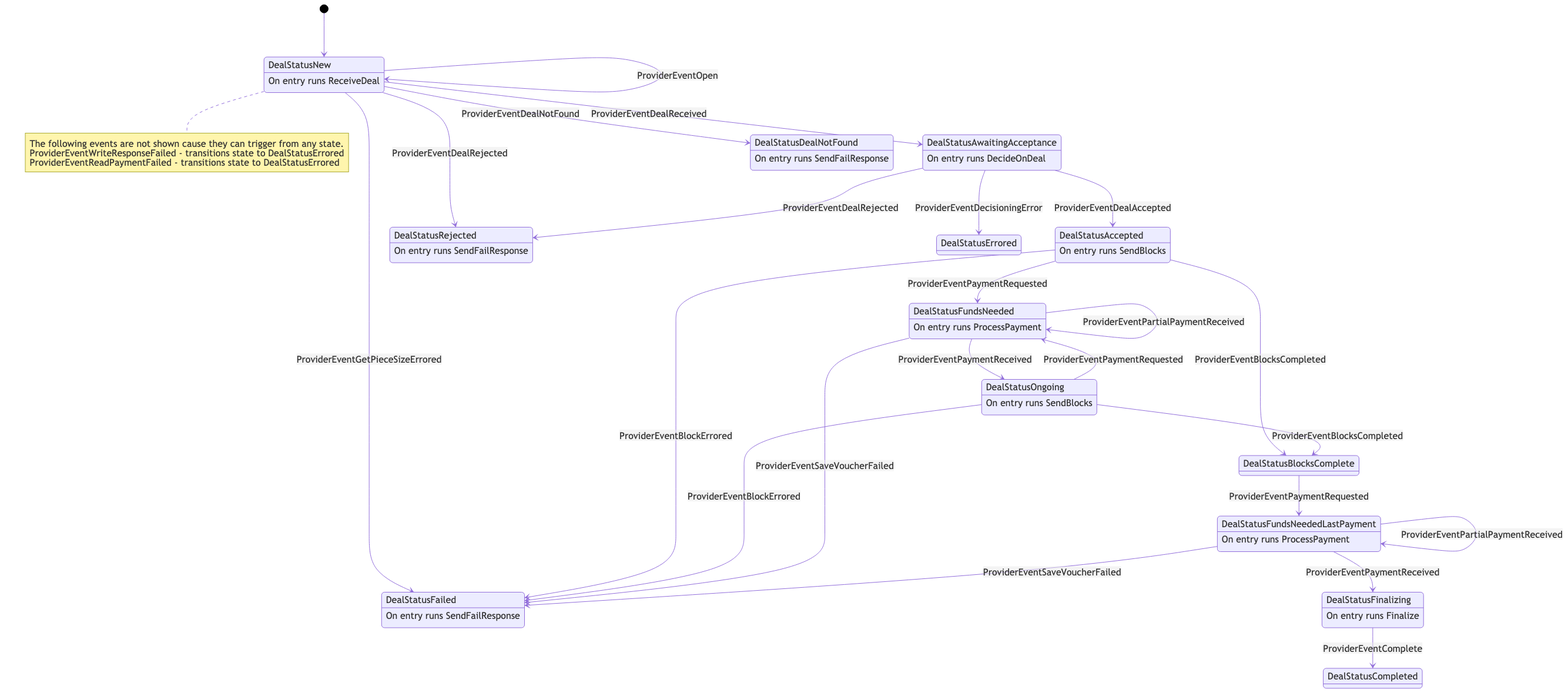
The Mermaid diagram docs/retrievalprovider.mmd.png in filecoin-project/go-fil-markets, before a commit. Its source is kept beside it as docs/retrievalprovider.mmd. The source it was exported from:
```mermaid
stateDiagram-v2
	state "DealStatusNew" as 0
	state "DealStatusAwaitingAcceptance" as 5
	state "DealStatusAccepted" as 6
	state "DealStatusFailed" as 7
	state "DealStatusRejected" as 8
	state "DealStatusFundsNeeded" as 9
	state "DealStatusOngoing" as 10
	state "DealStatusFundsNeededLastPayment" as 11
	state "DealStatusCompleted" as 12
	state "DealStatusDealNotFound" as 13
	state "DealStatusErrored" as 15
	state "DealStatusBlocksComplete" as 16
	state "DealStatusFinalizing" as 17
	0 : On entry runs ReceiveDeal
	5 : On entry runs DecideOnDeal
	6 : On entry runs SendBlocks
	7 : On entry runs SendFailResponse
	8 : On entry runs SendFailResponse
	9 : On entry runs ProcessPayment
	10 : On entry runs SendBlocks
	11 : On entry runs ProcessPayment
	13 : On entry runs SendFailResponse
	17 : On entry runs Finalize
	[*] --> 0
	note right of 0
		The following events are not shown cause they can trigger from any state.

		ProviderEventWriteResponseFailed - transitions state to DealStatusErrored
		ProviderEventReadPaymentFailed - transitions state to DealStatusErrored
	end note
	0 --> 0 : ProviderEventOpen
	0 --> 5 : ProviderEventDealReceived
	5 --> 15 : ProviderEventDecisioningError
	0 --> 7 : ProviderEventGetPieceSizeErrored
	0 --> 13 : ProviderEventDealNotFound
	0 --> 8 : ProviderEventDealRejected
	5 --> 8 : ProviderEventDealRejected
	5 --> 6 : ProviderEventDealAccepted
	6 --> 7 : ProviderEventBlockErrored
	10 --> 7 : ProviderEventBlockErrored
	6 --> 16 : ProviderEventBlocksCompleted
	10 --> 16 : ProviderEventBlocksCompleted
	6 --> 9 : ProviderEventPaymentRequested
	10 --> 9 : ProviderEventPaymentRequested
	16 --> 11 : ProviderEventPaymentRequested
	9 --> 7 : ProviderEventSaveVoucherFailed
	11 --> 7 : ProviderEventSaveVoucherFailed
	9 --> 9 : ProviderEventPartialPaymentReceived
	11 --> 11 : ProviderEventPartialPaymentReceived
	9 --> 10 : ProviderEventPaymentReceived
	11 --> 17 : ProviderEventPaymentReceived
	17 --> 12 : ProviderEventComplete
```
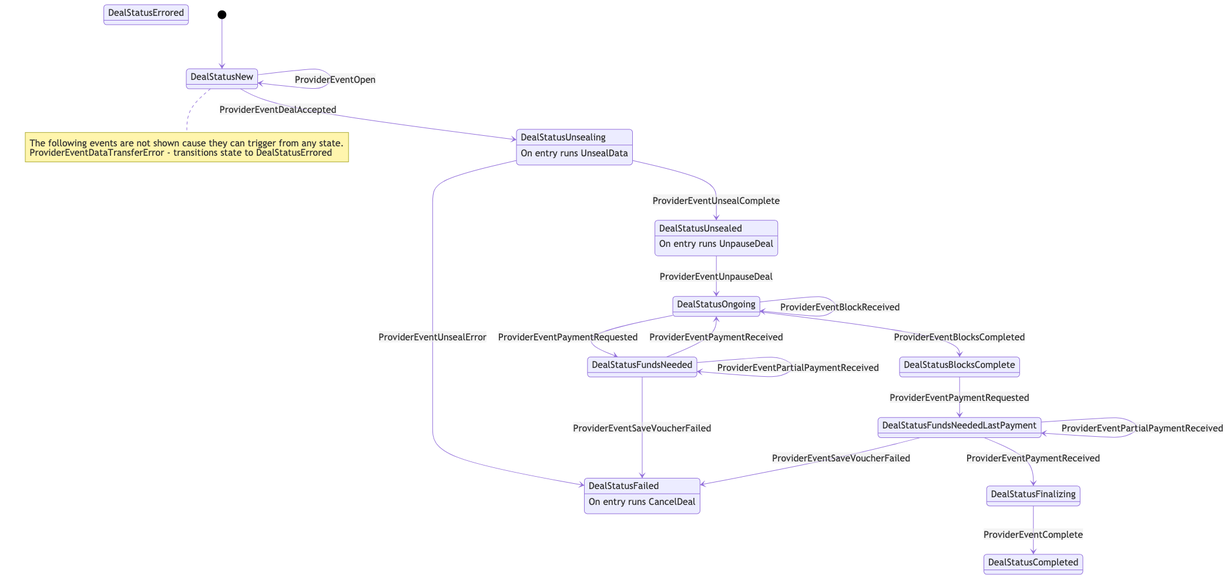
The same diagram one commit later.

The edit, as a diff of the source:
```diff
@@ -1,53 +1,37 @@
 stateDiagram-v2
 	state "DealStatusNew" as 0
-	state "DealStatusAwaitingAcceptance" as 5
-	state "DealStatusAccepted" as 6
-	state "DealStatusFailed" as 7
-	state "DealStatusRejected" as 8
-	state "DealStatusFundsNeeded" as 9
-	state "DealStatusOngoing" as 10
-	state "DealStatusFundsNeededLastPayment" as 11
-	state "DealStatusCompleted" as 12
-	state "DealStatusDealNotFound" as 13
-	state "DealStatusErrored" as 15
-	state "DealStatusBlocksComplete" as 16
-	state "DealStatusFinalizing" as 17
-	0 : On entry runs ReceiveDeal
-	5 : On entry runs DecideOnDeal
-	6 : On entry runs SendBlocks
-	7 : On entry runs SendFailResponse
-	8 : On entry runs SendFailResponse
-	9 : On entry runs ProcessPayment
-	10 : On entry runs SendBlocks
-	11 : On entry runs ProcessPayment
-	13 : On entry runs SendFailResponse
-	17 : On entry runs Finalize
+	state "DealStatusUnsealing" as 1
+	state "DealStatusUnsealed" as 2
+	state "DealStatusFailed" as 9
+	state "DealStatusFundsNeeded" as 11
+	state "DealStatusOngoing" as 14
+	state "DealStatusFundsNeededLastPayment" as 15
+	state "DealStatusCompleted" as 16
+	state "DealStatusErrored" as 19
+	state "DealStatusBlocksComplete" as 20
+	state "DealStatusFinalizing" as 21
+	1 : On entry runs UnsealData
+	2 : On entry runs UnpauseDeal
+	9 : On entry runs CancelDeal
 	[*] --> 0
 	note right of 0
 		The following events are not shown cause they can trigger from any state.
 
-		ProviderEventWriteResponseFailed - transitions state to DealStatusErrored
-		ProviderEventReadPaymentFailed - transitions state to DealStatusErrored
+		ProviderEventDataTransferError - transitions state to DealStatusErrored
 	end note
 	0 --> 0 : ProviderEventOpen
-	0 --> 5 : ProviderEventDealReceived
-	5 --> 15 : ProviderEventDecisioningError
-	0 --> 7 : ProviderEventGetPieceSizeErrored
-	0 --> 13 : ProviderEventDealNotFound
-	0 --> 8 : ProviderEventDealRejected
-	5 --> 8 : ProviderEventDealRejected
-	5 --> 6 : ProviderEventDealAccepted
-	6 --> 7 : ProviderEventBlockErrored
-	10 --> 7 : ProviderEventBlockErrored
-	6 --> 16 : ProviderEventBlocksCompleted
-	10 --> 16 : ProviderEventBlocksCompleted
-	6 --> 9 : ProviderEventPaymentRequested
-	10 --> 9 : ProviderEventPaymentRequested
-	16 --> 11 : ProviderEventPaymentRequested
-	9 --> 7 : ProviderEventSaveVoucherFailed
-	11 --> 7 : ProviderEventSaveVoucherFailed
-	9 --> 9 : ProviderEventPartialPaymentReceived
+	0 --> 1 : ProviderEventDealAccepted
+	1 --> 9 : ProviderEventUnsealError
+	1 --> 2 : ProviderEventUnsealComplete
+	2 --> 14 : ProviderEventUnpauseDeal
+	14 --> 14 : ProviderEventBlockReceived
+	14 --> 20 : ProviderEventBlocksCompleted
+	14 --> 11 : ProviderEventPaymentRequested
+	20 --> 15 : ProviderEventPaymentRequested
+	11 --> 9 : ProviderEventSaveVoucherFailed
+	15 --> 9 : ProviderEventSaveVoucherFailed
 	11 --> 11 : ProviderEventPartialPaymentReceived
-	9 --> 10 : ProviderEventPaymentReceived
-	11 --> 17 : ProviderEventPaymentReceived
-	17 --> 12 : ProviderEventComplete
+	15 --> 15 : ProviderEventPartialPaymentReceived
+	11 --> 14 : ProviderEventPaymentReceived
+	15 --> 21 : ProviderEventPaymentReceived
+	21 --> 16 : ProviderEventComplete
```
